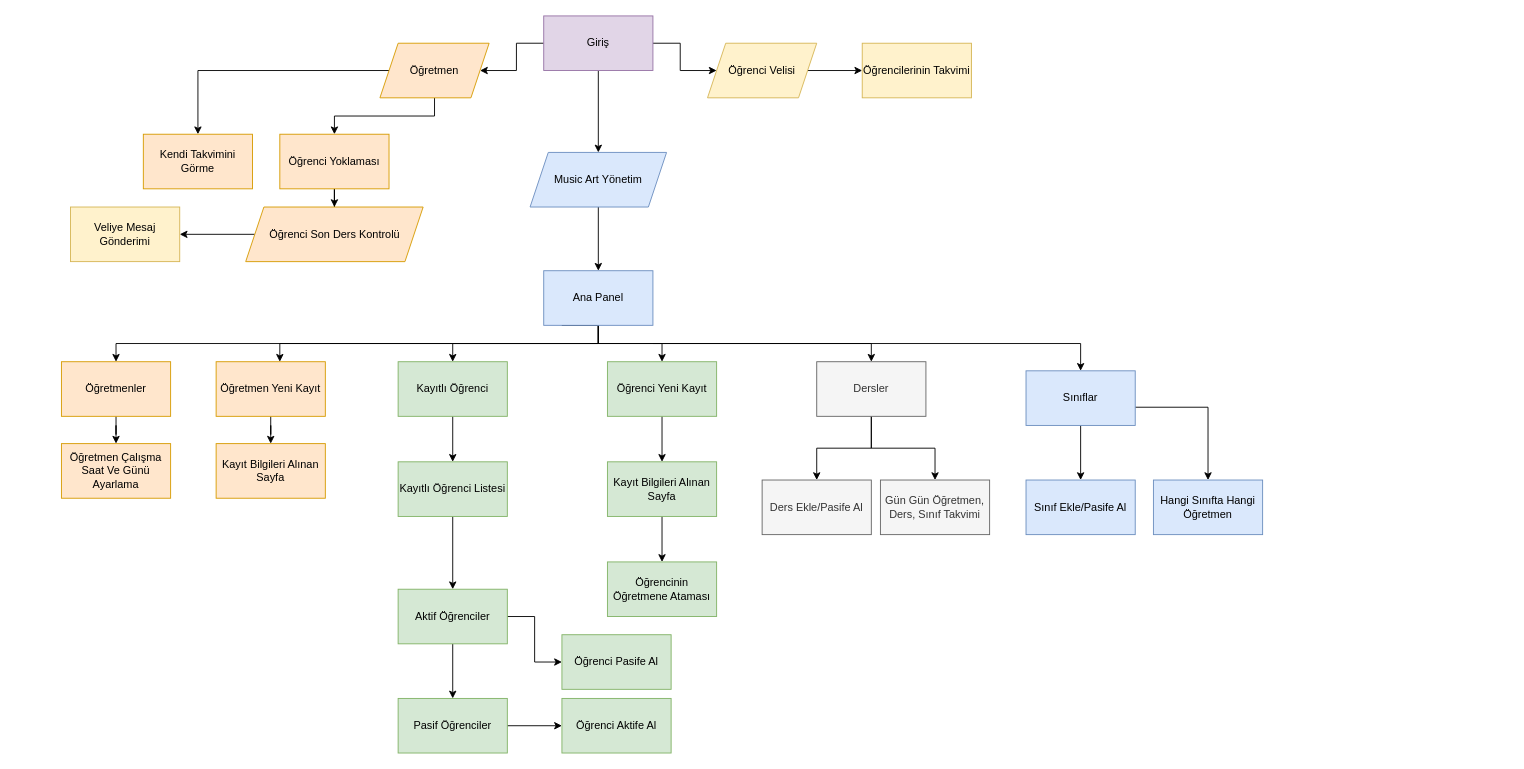
This is musicartflow.drawio from 10urbulut/music_art, a draw.io file, before an edit. Source tidied: cells renumbered, new cells numbered last; positions are measured from the earlier drawing's top-left corner, leaving out a move shared by most shapes. Both pictures are drawn from the tidied source at 91%, with x=0, y=0 at pixel (61, 15).
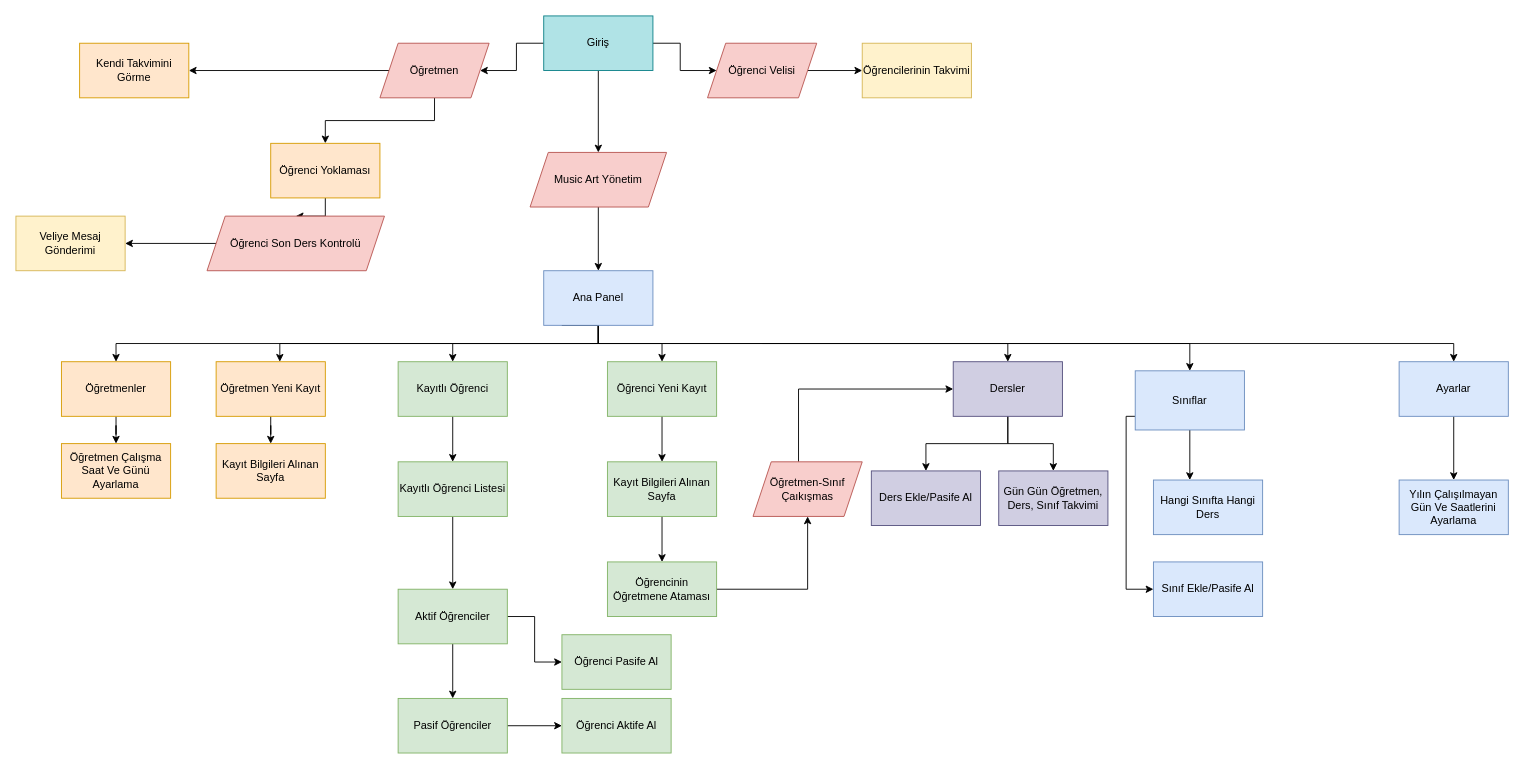
After the change.

The change refers to these unchanged cells:
```xml
<mxCell id="14" value="Ana Panel" style="rounded=0;whiteSpace=wrap;html=1;fillColor=#dae8fc;strokeColor=#6c8ebf;" parent="1" vertex="1">
  <mxGeometry x="530" y="280" width="120" height="60" as="geometry" />
</mxCell>
<mxCell id="48" value="Öğrencinin Öğretmene Ataması" style="whiteSpace=wrap;html=1;fillColor=#d5e8d4;strokeColor=#82b366;rounded=0;" parent="1" vertex="1">
  <mxGeometry x="600" y="600" width="120" height="60" as="geometry" />
</mxCell>
```

Change to the diagram source:
```diff
@@
-    <mxCell id="5" value="Giriş" style="rounded=0;whiteSpace=wrap;html=1;fillColor=#e1d5e7;strokeColor=#9673a6;" parent="1" vertex="1">
+    <mxCell id="5" value="Giriş" style="rounded=0;whiteSpace=wrap;html=1;fillColor=#b0e3e6;strokeColor=#0e8088;" parent="1" vertex="1">
       <mxGeometry x="530" width="120" height="60" as="geometry" />
     </mxCell>
@@
-    <mxCell id="7" value="Music Art Yönetim" style="shape=parallelogram;perimeter=parallelogramPerimeter;whiteSpace=wrap;html=1;fixedSize=1;fillColor=#dae8fc;strokeColor=#6c8ebf;rounded=0;" parent="1" vertex="1">
+    <mxCell id="7" value="Music Art Yönetim" style="shape=parallelogram;perimeter=parallelogramPerimeter;whiteSpace=wrap;html=1;fixedSize=1;fillColor=#f8cecc;strokeColor=#b85450;rounded=0;" parent="1" vertex="1">
       <mxGeometry x="515" y="150" width="150" height="60" as="geometry" />
     </mxCell>
@@
     <mxCell id="10" style="edgeStyle=orthogonalEdgeStyle;rounded=0;jettySize=auto;html=1;" parent="1" edge="1" target="29">
       <mxGeometry relative="1" as="geometry">
         <mxPoint x="550" y="340" as="sourcePoint" />
         <Array as="points">
           <mxPoint x="590" y="340" />
           <mxPoint x="590" y="360" />
-          <mxPoint x="890" y="360" />
+          <mxPoint x="1040" y="360" />
         </Array>
       </mxGeometry>
     </mxCell>
@@
     <mxCell id="12" style="edgeStyle=orthogonalEdgeStyle;rounded=0;orthogonalLoop=1;jettySize=auto;html=1;" parent="1" edge="1">
       <mxGeometry relative="1" as="geometry">
-        <mxPoint x="650" y="360" as="sourcePoint" />
-        <mxPoint x="1120" y="390" as="targetPoint" />
+        <mxPoint x="770" y="360" as="sourcePoint" />
+        <mxPoint x="1240" y="390" as="targetPoint" />
         <Array as="points">
-          <mxPoint x="1120" y="360" />
+          <mxPoint x="1240" y="360" />
         </Array>
       </mxGeometry>
     </mxCell>
@@
+    <mxCell id="59" style="edgeStyle=orthogonalEdgeStyle;rounded=0;jettySize=auto;html=1;" parent="1" edge="1" source="14" target="64">
+      <mxGeometry relative="1" as="geometry">
+        <Array as="points">
+          <mxPoint x="590" y="360" />
+          <mxPoint x="1530" y="360" />
+        </Array>
+      </mxGeometry>
+    </mxCell>
@@
-    <mxCell id="17" value="Öğretmen" style="shape=parallelogram;perimeter=parallelogramPerimeter;whiteSpace=wrap;html=1;fixedSize=1;fillColor=#ffe6cc;strokeColor=#d79b00;rounded=0;" parent="1" vertex="1">
+    <mxCell id="17" value="Öğretmen" style="shape=parallelogram;perimeter=parallelogramPerimeter;whiteSpace=wrap;html=1;fixedSize=1;fillColor=#f8cecc;strokeColor=#b85450;rounded=0;" parent="1" vertex="1">
       <mxGeometry x="350" y="30" width="120" height="60" as="geometry" />
     </mxCell>
@@
     <mxCell id="19" value="Öğrenci Yoklaması" style="rounded=0;whiteSpace=wrap;html=1;fillColor=#ffe6cc;strokeColor=#d79b00;" parent="1" vertex="1">
-      <mxGeometry x="240" y="130" width="120" height="60" as="geometry" />
+      <mxGeometry x="230" y="140" width="120" height="60" as="geometry" />
     </mxCell>
@@
-    <mxCell id="21" value="Öğrenci Velisi" style="shape=parallelogram;perimeter=parallelogramPerimeter;whiteSpace=wrap;html=1;fixedSize=1;fillColor=#fff2cc;strokeColor=#d6b656;rounded=0;" parent="1" vertex="1">
+    <mxCell id="21" value="Öğrenci Velisi" style="shape=parallelogram;perimeter=parallelogramPerimeter;whiteSpace=wrap;html=1;fixedSize=1;fillColor=#f8cecc;strokeColor=#b85450;rounded=0;" parent="1" vertex="1">
       <mxGeometry x="710" y="30" width="120" height="60" as="geometry" />
     </mxCell>
@@
-    <mxCell id="29" value="Dersler" style="whiteSpace=wrap;html=1;fillColor=#f5f5f5;strokeColor=#666666;rounded=0;fontColor=#333333;" parent="1" vertex="1">
-      <mxGeometry x="830" y="380" width="120" height="60" as="geometry" />
+    <mxCell id="29" value="Dersler" style="whiteSpace=wrap;html=1;fillColor=#d0cee2;strokeColor=#56517e;rounded=0;" parent="1" vertex="1">
+      <mxGeometry x="980" y="380" width="120" height="60" as="geometry" />
     </mxCell>
@@
     <mxCell id="34" value="Kendi Takvimini Görme" style="whiteSpace=wrap;html=1;fillColor=#ffe6cc;strokeColor=#d79b00;rounded=0;" parent="1" vertex="1">
-      <mxGeometry x="90" y="130" width="120" height="60" as="geometry" />
+      <mxGeometry x="20" y="30" width="120" height="60" as="geometry" />
     </mxCell>
-    <mxCell id="35" value="Gün Gün Öğretmen, Ders, Sınıf Takvimi" style="whiteSpace=wrap;html=1;fillColor=#f5f5f5;strokeColor=#666666;rounded=0;fontColor=#333333;" parent="1" vertex="1">
-      <mxGeometry x="900" y="510" width="120" height="60" as="geometry" />
+    <mxCell id="35" value="Gün Gün Öğretmen, Ders, Sınıf Takvimi" style="whiteSpace=wrap;html=1;fillColor=#d0cee2;strokeColor=#56517e;rounded=0;" parent="1" vertex="1">
+      <mxGeometry x="1030" y="500" width="120" height="60" as="geometry" />
     </mxCell>
@@
     <mxCell id="45" style="edgeStyle=orthogonalEdgeStyle;rounded=0;jettySize=auto;html=1;" parent="1" edge="1" source="46" target="53">
-      <mxGeometry relative="1" as="geometry" />
+      <mxGeometry relative="1" as="geometry">
+        <Array as="points">
+          <mxPoint x="1170" y="440" />
+        </Array>
+      </mxGeometry>
     </mxCell>
     <mxCell id="46" value="Sınıflar" style="whiteSpace=wrap;html=1;fillColor=#dae8fc;strokeColor=#6c8ebf;rounded=0;" parent="1" vertex="1">
-      <mxGeometry x="1060" y="390" width="120" height="60" as="geometry" />
+      <mxGeometry x="1180" y="390" width="120" height="65" as="geometry" />
     </mxCell>
-    <mxCell id="47" value="Hangi Sınıfta Hangi Öğretmen" style="whiteSpace=wrap;html=1;fillColor=#dae8fc;strokeColor=#6c8ebf;rounded=0;" parent="1" vertex="1">
+    <mxCell id="47" value="Hangi Sınıfta Hangi Ders" style="whiteSpace=wrap;html=1;fillColor=#dae8fc;strokeColor=#6c8ebf;rounded=0;" parent="1" vertex="1">
       <mxGeometry x="1200" y="510" width="120" height="60" as="geometry" />
     </mxCell>
+    <mxCell id="60" style="edgeStyle=orthogonalEdgeStyle;rounded=0;jettySize=auto;html=1;" parent="1" edge="1" source="48" target="62">
+      <mxGeometry relative="1" as="geometry" />
+    </mxCell>
@@
-    <mxCell id="50" value="Öğrenci Son Ders Kontrolü" style="shape=parallelogram;perimeter=parallelogramPerimeter;whiteSpace=wrap;html=1;fixedSize=1;fillColor=#ffe6cc;strokeColor=#d79b00;rounded=0;" parent="1" vertex="1">
-      <mxGeometry x="202.5" y="210" width="195" height="60" as="geometry" />
+    <mxCell id="50" value="Öğrenci Son Ders Kontrolü" style="shape=parallelogram;perimeter=parallelogramPerimeter;whiteSpace=wrap;html=1;fixedSize=1;fillColor=#f8cecc;strokeColor=#b85450;rounded=0;" parent="1" vertex="1">
+      <mxGeometry x="160" y="220" width="195" height="60" as="geometry" />
     </mxCell>
     <mxCell id="51" value="Veliye Mesaj Gönderimi" style="whiteSpace=wrap;html=1;fillColor=#fff2cc;strokeColor=#d6b656;rounded=0;" parent="1" vertex="1">
-      <mxGeometry x="10" y="210" width="120" height="60" as="geometry" />
+      <mxGeometry x="-50" y="220" width="120" height="60" as="geometry" />
     </mxCell>
-    <mxCell id="52" value="Ders Ekle/Pasife Al" style="whiteSpace=wrap;html=1;fillColor=#f5f5f5;strokeColor=#666666;fontColor=#333333;rounded=0;" parent="1" vertex="1">
-      <mxGeometry x="770" y="510" width="120" height="60" as="geometry" />
+    <mxCell id="52" value="Ders Ekle/Pasife Al" style="whiteSpace=wrap;html=1;fillColor=#d0cee2;strokeColor=#56517e;rounded=0;" parent="1" vertex="1">
+      <mxGeometry x="890" y="500" width="120" height="60" as="geometry" />
     </mxCell>
     <mxCell id="53" value="Sınıf Ekle/Pasife Al" style="whiteSpace=wrap;html=1;fillColor=#dae8fc;strokeColor=#6c8ebf;rounded=0;" parent="1" vertex="1">
-      <mxGeometry x="1060" y="510" width="120" height="60" as="geometry" />
+      <mxGeometry x="1200" y="600" width="120" height="60" as="geometry" />
     </mxCell>
@@
+    <mxCell id="61" style="edgeStyle=orthogonalEdgeStyle;rounded=0;jettySize=auto;html=1;entryX=0;entryY=0.5;entryDx=0;entryDy=0;" parent="1" edge="1" source="62" target="29">
+      <mxGeometry relative="1" as="geometry">
+        <Array as="points">
+          <mxPoint x="810" y="410" />
+        </Array>
+      </mxGeometry>
+    </mxCell>
+    <mxCell id="62" value="Öğretmen-Sınıf Çaıkışmas" style="shape=parallelogram;perimeter=parallelogramPerimeter;whiteSpace=wrap;html=1;fixedSize=1;fillColor=#f8cecc;strokeColor=#b85450;rounded=0;" parent="1" vertex="1">
+      <mxGeometry x="760" y="490" width="120" height="60" as="geometry" />
+    </mxCell>
+    <mxCell id="63" style="edgeStyle=orthogonalEdgeStyle;rounded=0;jettySize=auto;html=1;" parent="1" edge="1" source="64" target="65">
+      <mxGeometry relative="1" as="geometry" />
+    </mxCell>
+    <mxCell id="64" value="Ayarlar" style="whiteSpace=wrap;html=1;fillColor=#dae8fc;strokeColor=#6c8ebf;rounded=0;" parent="1" vertex="1">
+      <mxGeometry x="1470" y="380" width="120" height="60" as="geometry" />
+    </mxCell>
+    <mxCell id="65" value="Yılın Çalışılmayan Gün Ve Saatlerini Ayarlama" style="whiteSpace=wrap;html=1;fillColor=#dae8fc;strokeColor=#6c8ebf;rounded=0;" parent="1" vertex="1">
+      <mxGeometry x="1470" y="510" width="120" height="60" as="geometry" />
+    </mxCell>
```
